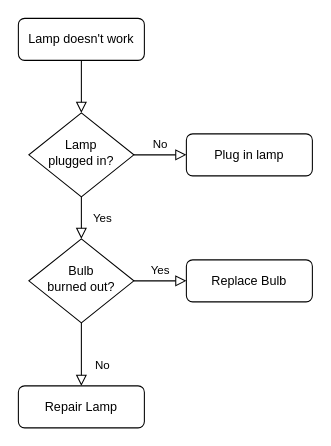
lixuanning/myInxdx keeps this draw.io diagram as Untitled Diagram.drawio. Above is the earlier version. Source tidied: cells renumbered, new cells numbered last; positions are measured from the earlier drawing's top-left corner, leaving out a move shared by most shapes. Both pictures are drawn from the tidied source at 105%, with x=0, y=0 at pixel (18, 18).
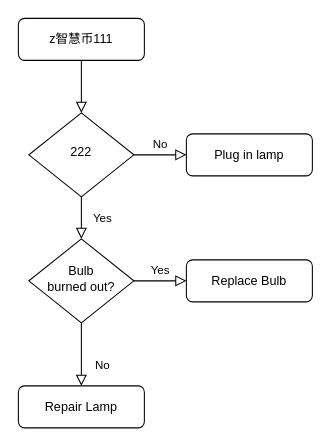
The same diagram, later.

The edit, as a diff of the source:
```diff
@@
 <mxGraphModel>
   <root>
     <mxCell id="0" />
     <mxCell id="1" parent="0" />
     <mxCell id="2" style="rounded=0;html=1;jettySize=auto;fontSize=11;endArrow=block;endFill=0;endSize=8;strokeWidth=1;shadow=0;labelBackgroundColor=none;edgeStyle=orthogonalEdgeStyle;" parent="1" edge="1" source="3" target="6">
       <mxGeometry relative="1" as="geometry" />
     </mxCell>
-    <mxCell id="3" value="Lamp doesn't work" style="rounded=1;whiteSpace=wrap;html=1;fontSize=12;glass=0;strokeWidth=1;shadow=0;" parent="1" vertex="1">
+    <mxCell id="3" value="z智慧币111" style="rounded=1;whiteSpace=wrap;html=1;fontSize=12;glass=0;strokeWidth=1;shadow=0;" parent="1" vertex="1">
       <mxGeometry width="120" height="40" as="geometry" />
     </mxCell>
     <mxCell id="4" value="Yes" style="rounded=0;html=1;jettySize=auto;fontSize=11;endArrow=block;endFill=0;endSize=8;strokeWidth=1;shadow=0;labelBackgroundColor=none;edgeStyle=orthogonalEdgeStyle;" parent="1" edge="1" source="6" target="10">
       <mxGeometry y="20" relative="1" as="geometry" />
     </mxCell>
     <mxCell id="5" value="No" style="edgeStyle=orthogonalEdgeStyle;rounded=0;html=1;jettySize=auto;fontSize=11;endArrow=block;endFill=0;endSize=8;strokeWidth=1;shadow=0;labelBackgroundColor=none;" parent="1" edge="1" source="6" target="7">
       <mxGeometry y="10" relative="1" as="geometry" />
     </mxCell>
-    <mxCell id="6" value="Lamp&lt;br&gt;plugged in?" style="rhombus;whiteSpace=wrap;html=1;shadow=0;fontFamily=Helvetica;fontSize=12;align=center;strokeWidth=1;spacing=6;spacingTop=-4;" parent="1" vertex="1">
+    <mxCell id="6" value="222" style="rhombus;whiteSpace=wrap;html=1;shadow=0;fontFamily=Helvetica;fontSize=12;align=center;strokeWidth=1;spacing=6;spacingTop=-4;" parent="1" vertex="1">
       <mxGeometry x="10" y="90" width="100" height="80" as="geometry" />
     </mxCell>
     <mxCell id="7" value="Plug in lamp" style="rounded=1;whiteSpace=wrap;html=1;fontSize=12;glass=0;strokeWidth=1;shadow=0;" parent="1" vertex="1">
       <mxGeometry x="160" y="110" width="120" height="40" as="geometry" />
     </mxCell>
     <mxCell id="8" value="No" style="rounded=0;html=1;jettySize=auto;fontSize=11;endArrow=block;endFill=0;endSize=8;strokeWidth=1;shadow=0;labelBackgroundColor=none;edgeStyle=orthogonalEdgeStyle;" parent="1" edge="1" source="10" target="11">
       <mxGeometry x="0.33" y="20" relative="1" as="geometry" />
     </mxCell>
     <mxCell id="9" value="Yes" style="edgeStyle=orthogonalEdgeStyle;rounded=0;html=1;jettySize=auto;fontSize=11;endArrow=block;endFill=0;endSize=8;strokeWidth=1;shadow=0;labelBackgroundColor=none;" parent="1" edge="1" source="10" target="12">
       <mxGeometry y="10" relative="1" as="geometry" />
     </mxCell>
     <mxCell id="10" value="Bulb&lt;br&gt;burned out?" style="rhombus;whiteSpace=wrap;html=1;shadow=0;fontFamily=Helvetica;fontSize=12;align=center;strokeWidth=1;spacing=6;spacingTop=-4;" parent="1" vertex="1">
       <mxGeometry x="10" y="210" width="100" height="80" as="geometry" />
     </mxCell>
     <mxCell id="11" value="Repair Lamp" style="rounded=1;whiteSpace=wrap;html=1;fontSize=12;glass=0;strokeWidth=1;shadow=0;" parent="1" vertex="1">
       <mxGeometry y="350" width="120" height="40" as="geometry" />
     </mxCell>
     <mxCell id="12" value="Replace Bulb" style="rounded=1;whiteSpace=wrap;html=1;fontSize=12;glass=0;strokeWidth=1;shadow=0;" parent="1" vertex="1">
       <mxGeometry x="160" y="230" width="120" height="40" as="geometry" />
     </mxCell>
   </root>
 </mxGraphModel>
```
